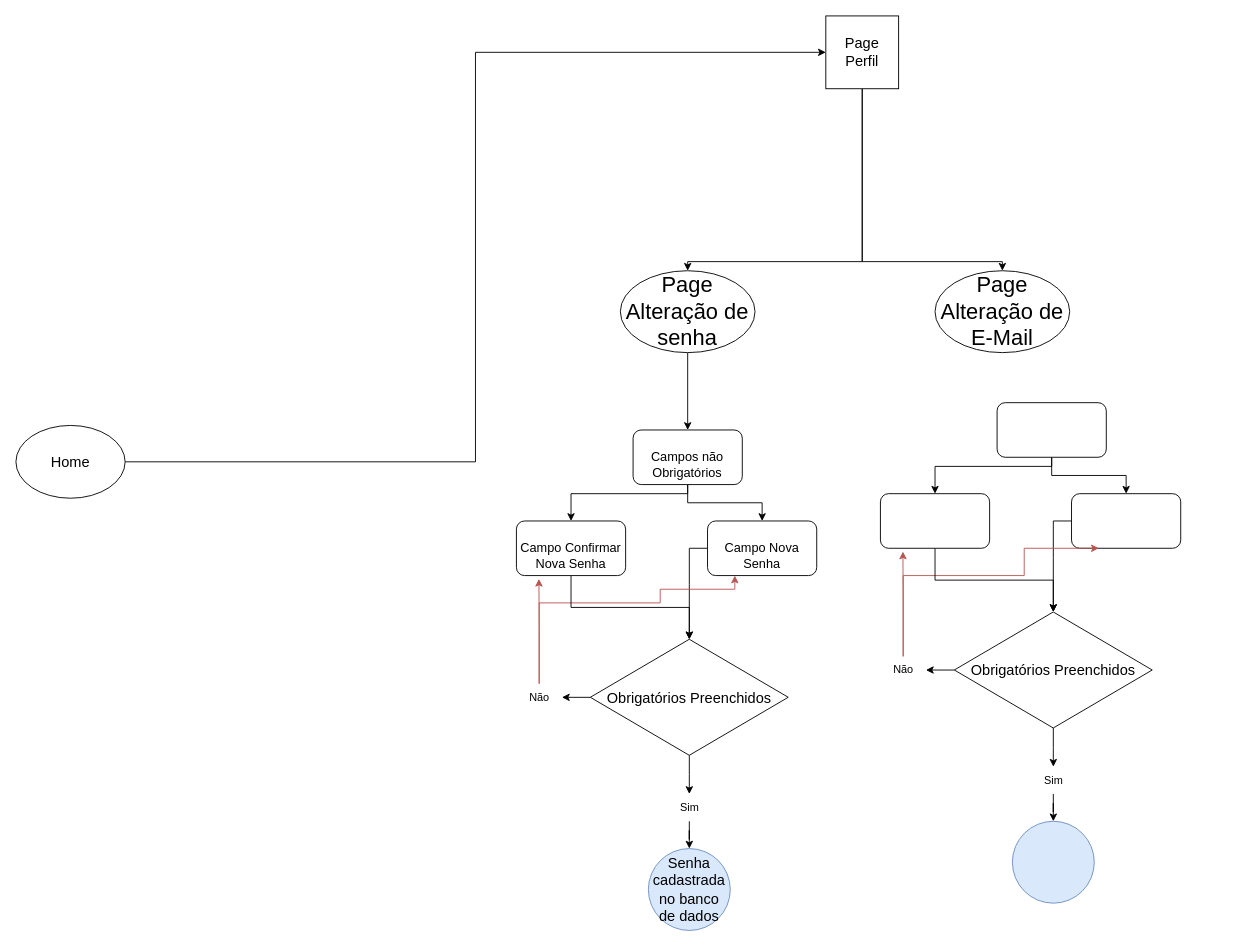
gabrimota/Diagramas keeps this draw.io diagram as page "Home perfil" (3 of 5) of Novoteste.drawio. Above is the earlier version. Source tidied: cells renumbered, new cells numbered last; positions are measured from the earlier drawing's top-left corner, leaving out a move shared by most shapes. Both pictures are drawn from the tidied source at 91%, with x=0, y=0 at pixel (15, 15).
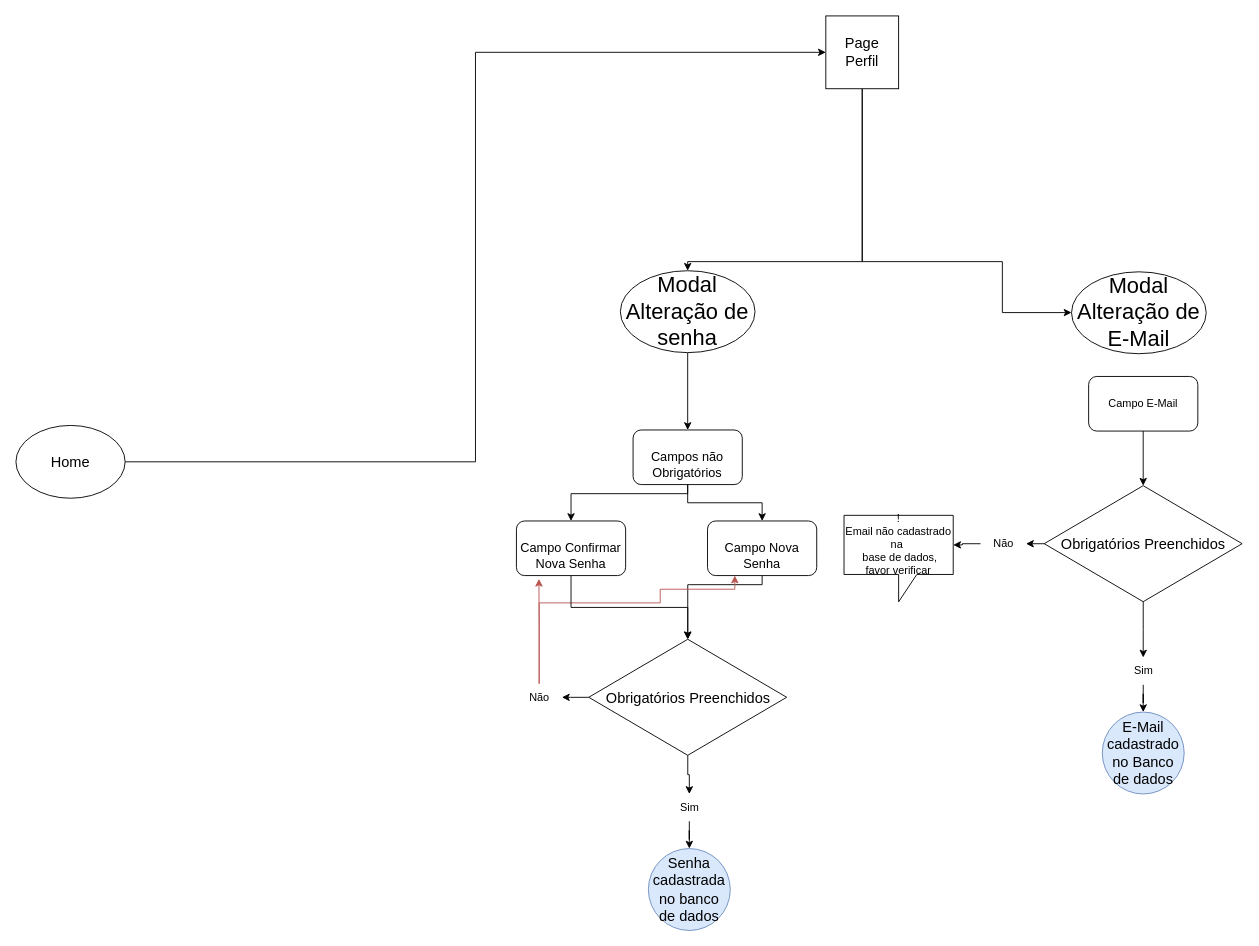
The same page after the edit.

Unchanged cells that the change refers to:
```xml
<mxCell id="6" value="&lt;font size=&quot;3&quot;&gt;Page&lt;br&gt;Perfil&lt;/font&gt;" style="whiteSpace=wrap;html=1;" parent="1" vertex="1">
  <mxGeometry x="890" width="80" height="80" as="geometry" />
</mxCell>
```

What changed in the source:
```diff
@@
     <mxCell id="5" style="edgeStyle=orthogonalEdgeStyle;rounded=0;jettySize=auto;html=1;" parent="1" edge="1" source="6" target="25">
       <mxGeometry relative="1" as="geometry">
         <Array as="points">
           <mxPoint x="930" y="270" />
           <mxPoint x="1084" y="270" />
+          <mxPoint x="1084" y="326" />
         </Array>
       </mxGeometry>
     </mxCell>
@@
-    <mxCell id="8" value="&lt;font style=&quot;font-size: 24px;&quot;&gt;Page Alteração de senha&lt;br&gt;&lt;/font&gt;" style="ellipse;whiteSpace=wrap;html=1;" parent="1" vertex="1">
+    <mxCell id="8" value="&lt;font style=&quot;font-size: 24px;&quot;&gt;Modal&lt;br&gt;Alteração de senha&lt;br&gt;&lt;/font&gt;" style="ellipse;whiteSpace=wrap;html=1;" parent="1" vertex="1">
       <mxGeometry x="664.2" y="280" width="148" height="90" as="geometry" />
     </mxCell>
@@
     <mxCell id="16" value="&lt;font size=&quot;3&quot;&gt;Obrigatórios Preenchidos&lt;/font&gt;" style="rhombus;whiteSpace=wrap;html=1;direction=south;" parent="1" vertex="1">
-      <mxGeometry x="631.2" y="685" width="217.5" height="127.5" as="geometry" />
+      <mxGeometry x="629.5" y="685" width="217.5" height="127.5" as="geometry" />
     </mxCell>
@@
-    <mxCell id="25" value="&lt;font style=&quot;font-size: 24px;&quot;&gt;Page Alteração de E-Mail&lt;br&gt;&lt;/font&gt;" style="ellipse;whiteSpace=wrap;html=1;" parent="1" vertex="1">
-      <mxGeometry x="1010" y="280" width="148" height="90" as="geometry" />
+    <mxCell id="25" value="&lt;font style=&quot;font-size: 24px;&quot;&gt;Modal &lt;br&gt;Alteração de E-Mail&lt;br&gt;&lt;/font&gt;" style="ellipse;whiteSpace=wrap;html=1;" parent="1" vertex="1">
+      <mxGeometry x="1160" y="281.2" width="148" height="90" as="geometry" />
     </mxCell>
-    <mxCell id="26" style="edgeStyle=orthogonalEdgeStyle;rounded=0;jettySize=auto;html=1;entryX=0.5;entryY=0;entryDx=0;entryDy=0;" parent="1" edge="1" source="28" target="40">
-      <mxGeometry relative="1" as="geometry">
-        <Array as="points">
-          <mxPoint x="1138" y="495" />
-          <mxPoint x="1010" y="495" />
-        </Array>
-      </mxGeometry>
-    </mxCell>
-    <mxCell id="27" style="edgeStyle=orthogonalEdgeStyle;rounded=0;jettySize=auto;html=1;entryX=0.5;entryY=0;entryDx=0;entryDy=0;" parent="1" edge="1" source="28" target="30">
-      <mxGeometry relative="1" as="geometry" />
-    </mxCell>
+    <mxCell id="42" style="edgeStyle=orthogonalEdgeStyle;rounded=0;jettySize=auto;html=1;entryX=0;entryY=0.5;entryDx=0;entryDy=0;" parent="1" edge="1" source="28" target="33">
+      <mxGeometry relative="1" as="geometry" />
+    </mxCell>
-    <mxCell id="28" style="rounded=1;whiteSpace=wrap;html=1;" parent="1" vertex="1">
-      <mxGeometry x="1078.2" y="425" width="120" height="60" as="geometry" />
+    <mxCell id="28" value="Campo E-Mail" style="rounded=1;whiteSpace=wrap;html=1;" parent="1" vertex="1">
+      <mxGeometry x="1178.8" y="396.2" width="120" height="60" as="geometry" />
     </mxCell>
-    <mxCell id="29" style="edgeStyle=orthogonalEdgeStyle;rounded=0;jettySize=auto;html=1;entryX=0;entryY=0.5;entryDx=0;entryDy=0;" parent="1" edge="1" source="30" target="33">
-      <mxGeometry relative="1" as="geometry">
-        <Array as="points">
-          <mxPoint x="1140" y="595" />
-          <mxPoint x="1140" y="595" />
-        </Array>
-      </mxGeometry>
-    </mxCell>
-    <mxCell id="30" style="rounded=1;whiteSpace=wrap;html=1;" parent="1" vertex="1">
-      <mxGeometry x="1160" y="525" width="120" height="60" as="geometry" />
-    </mxCell>
+    <mxCell id="32" style="edgeStyle=orthogonalEdgeStyle;rounded=0;jettySize=auto;html=1;" parent="1" edge="1" source="33" target="37">
+      <mxGeometry relative="1" as="geometry" />
+    </mxCell>
@@
-    <mxCell id="32" style="edgeStyle=orthogonalEdgeStyle;rounded=0;jettySize=auto;html=1;" parent="1" edge="1" source="33" target="37">
-      <mxGeometry relative="1" as="geometry" />
-    </mxCell>
     <mxCell id="33" value="&lt;font size=&quot;3&quot;&gt;Obrigatórios Preenchidos&lt;/font&gt;" style="rhombus;whiteSpace=wrap;html=1;direction=south;" parent="1" vertex="1">
-      <mxGeometry x="1031.2" y="655" width="217.5" height="127.5" as="geometry" />
+      <mxGeometry x="1130" y="516.2" width="217.5" height="127.5" as="geometry" />
     </mxCell>
-    <mxCell id="34" style="edgeStyle=orthogonalEdgeStyle;rounded=0;jettySize=auto;html=1;entryX=0.25;entryY=1;entryDx=0;entryDy=0;fillColor=#f8cecc;gradientColor=#ea6b66;strokeColor=#b85450;" parent="1" edge="1" source="35" target="30">
-      <mxGeometry relative="1" as="geometry">
-        <Array as="points">
-          <mxPoint x="975" y="615" />
-          <mxPoint x="1108" y="615" />
-        </Array>
-      </mxGeometry>
-    </mxCell>
     <mxCell id="35" value="Não" style="text;html=1;align=center;verticalAlign=middle;points=[];strokeColor=none;fillColor=none;" parent="1" vertex="1">
-      <mxGeometry x="950" y="703.8" width="50" height="30" as="geometry" />
+      <mxGeometry x="1060" y="565" width="50" height="30" as="geometry" />
     </mxCell>
@@
     <mxCell id="37" value="Sim" style="text;html=1;align=center;verticalAlign=middle;points=[];strokeColor=none;fillColor=none;" parent="1" vertex="1">
-      <mxGeometry x="1120" y="825" width="40" height="30" as="geometry" />
+      <mxGeometry x="1218.8" y="705" width="40" height="30" as="geometry" />
     </mxCell>
-    <mxCell id="38" style="ellipse;whiteSpace=wrap;html=1;fillColor=#dae8fc;strokeColor=#6c8ebf;" parent="1" vertex="1">
-      <mxGeometry x="1095" y="885" width="90" height="90" as="geometry" />
+    <mxCell id="38" value="&lt;font size=&quot;3&quot;&gt;E-Mail cadastrado no Banco de dados&lt;/font&gt;" style="ellipse;whiteSpace=wrap;html=1;fillColor=#dae8fc;strokeColor=#6c8ebf;" parent="1" vertex="1">
+      <mxGeometry x="1193.8" y="765" width="90" height="90" as="geometry" />
     </mxCell>
-    <mxCell id="39" style="edgeStyle=orthogonalEdgeStyle;rounded=0;jettySize=auto;html=1;" parent="1" edge="1" source="40" target="33">
-      <mxGeometry relative="1" as="geometry" />
-    </mxCell>
-    <mxCell id="40" style="rounded=1;whiteSpace=wrap;html=1;" parent="1" vertex="1">
-      <mxGeometry x="950" y="525" width="120" height="60" as="geometry" />
-    </mxCell>
-    <mxCell id="41" style="edgeStyle=orthogonalEdgeStyle;rounded=0;jettySize=auto;html=1;entryX=0.206;entryY=1.06;entryDx=0;entryDy=0;entryPerimeter=0;fillColor=#f8cecc;gradientColor=#ea6b66;strokeColor=#b85450;" parent="1" edge="1" source="35" target="40">
-      <mxGeometry relative="1" as="geometry" />
-    </mxCell>
+    <mxCell id="43" value="&lt;font style=&quot;border-color: var(--border-color);&quot;&gt;!&lt;br style=&quot;border-color: var(--border-color);&quot;&gt;&lt;/font&gt;&lt;font style=&quot;border-color: var(--border-color);&quot;&gt;Email não cadastrado na&amp;nbsp;&lt;br style=&quot;border-color: var(--border-color);&quot;&gt;&amp;nbsp;base de dados,&lt;br style=&quot;border-color: var(--border-color);&quot;&gt;favor verificar&lt;/font&gt;" style="shape=callout;whiteSpace=wrap;html=1;perimeter=calloutPerimeter;" parent="1" vertex="1">
+      <mxGeometry x="910" y="548.8" width="120" height="95" as="geometry" />
+    </mxCell>
+    <mxCell id="44" style="edgeStyle=orthogonalEdgeStyle;rounded=0;jettySize=auto;html=1;entryX=0;entryY=0;entryDx=120;entryDy=32.5;entryPerimeter=0;" parent="1" edge="1" source="35" target="43">
+      <mxGeometry relative="1" as="geometry" />
+    </mxCell>
```
